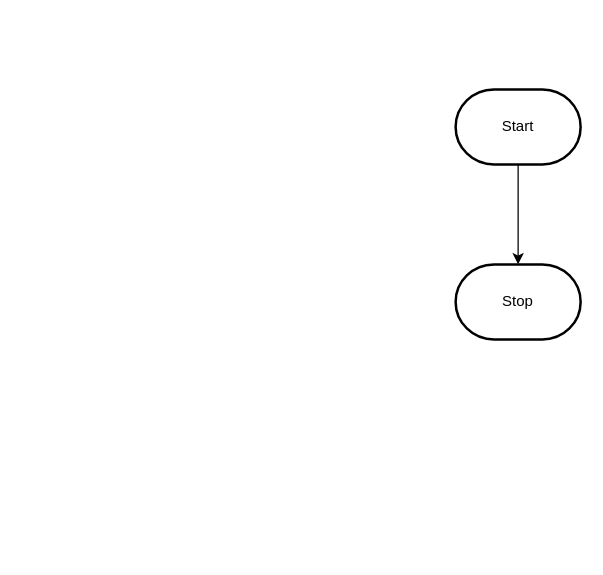
The draw.io diagram design/flowchart.drawio in MTHS-TEJ2O-1-2023/TEJ2O-Unit-2-07-ihor-chernyshev, before the edit. Source tidied: cells renumbered, new cells numbered last; positions are measured from the earlier drawing's top-left corner, leaving out a move shared by most shapes. Both pictures are drawn from the tidied source at 125%, with x=0, y=0 at pixel (455, 89).
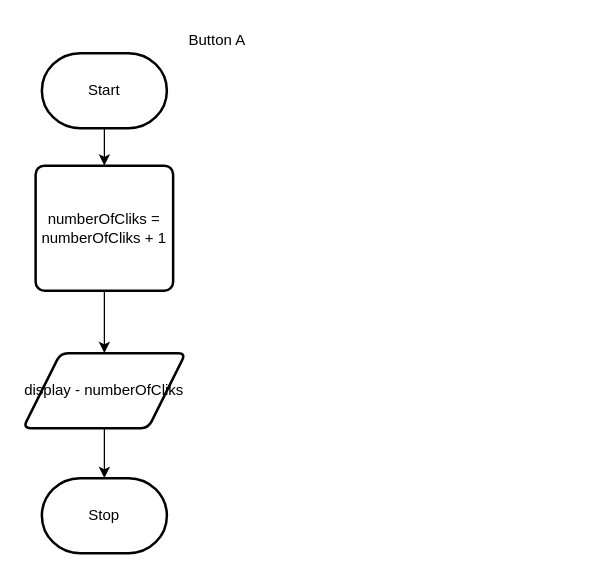
The same diagram, later.

Change to the diagram source:
```diff
@@
 <mxGraphModel>
   <root>
     <mxCell id="0" />
     <mxCell id="1" parent="0" />
-    <mxCell id="2" style="edgeStyle=orthogonalEdgeStyle;html=1;rounded=0;" parent="1" edge="1" source="3" target="4">
-      <mxGeometry relative="1" as="geometry" />
-    </mxCell>
+    <mxCell id="5" style="edgeStyle=none;html=1;exitX=0.5;exitY=1;exitDx=0;exitDy=0;exitPerimeter=0;entryX=0.5;entryY=0;entryDx=0;entryDy=0;" parent="1" edge="1" source="3" target="2">
+      <mxGeometry relative="1" as="geometry" />
+    </mxCell>
     <mxCell id="3" value="Start" style="strokeWidth=2;html=1;shape=mxgraph.flowchart.terminator;whiteSpace=wrap;" parent="1" vertex="1">
-      <mxGeometry width="100" height="60" as="geometry" />
+      <mxGeometry x="-331" y="-29" width="100" height="60" as="geometry" />
     </mxCell>
     <mxCell id="4" value="Stop" style="strokeWidth=2;html=1;shape=mxgraph.flowchart.terminator;whiteSpace=wrap;" parent="1" vertex="1">
-      <mxGeometry y="140" width="100" height="60" as="geometry" />
+      <mxGeometry x="-331" y="311" width="100" height="60" as="geometry" />
     </mxCell>
+    <mxCell id="6" style="edgeStyle=none;html=1;exitX=0.5;exitY=1;exitDx=0;exitDy=0;entryX=0.5;entryY=0;entryDx=0;entryDy=0;" parent="1" edge="1" source="2" target="8">
+      <mxGeometry relative="1" as="geometry" />
+    </mxCell>
+    <mxCell id="2" value="numberOfCliks = numberOfCliks + 1" style="rounded=1;whiteSpace=wrap;html=1;absoluteArcSize=1;arcSize=14;strokeWidth=2;" parent="1" vertex="1">
+      <mxGeometry x="-336" y="61" width="110" height="100" as="geometry" />
+    </mxCell>
+    <mxCell id="7" style="edgeStyle=none;html=1;exitX=0.5;exitY=1;exitDx=0;exitDy=0;entryX=0.5;entryY=0;entryDx=0;entryDy=0;entryPerimeter=0;" parent="1" edge="1" source="8" target="4">
+      <mxGeometry relative="1" as="geometry" />
+    </mxCell>
+    <mxCell id="8" value="display - numberOfCliks" style="shape=parallelogram;html=1;strokeWidth=2;perimeter=parallelogramPerimeter;whiteSpace=wrap;rounded=1;arcSize=12;size=0.23;" parent="1" vertex="1">
+      <mxGeometry x="-346" y="211" width="130" height="60" as="geometry" />
+    </mxCell>
+    <mxCell id="9" value="Button A" style="text;html=1;align=center;verticalAlign=middle;strokeColor=none;fillColor=none;" parent="1" vertex="1">
+      <mxGeometry x="-226" y="-54" width="70" height="30" as="geometry" />
+    </mxCell>
   </root>
 </mxGraphModel>
```
